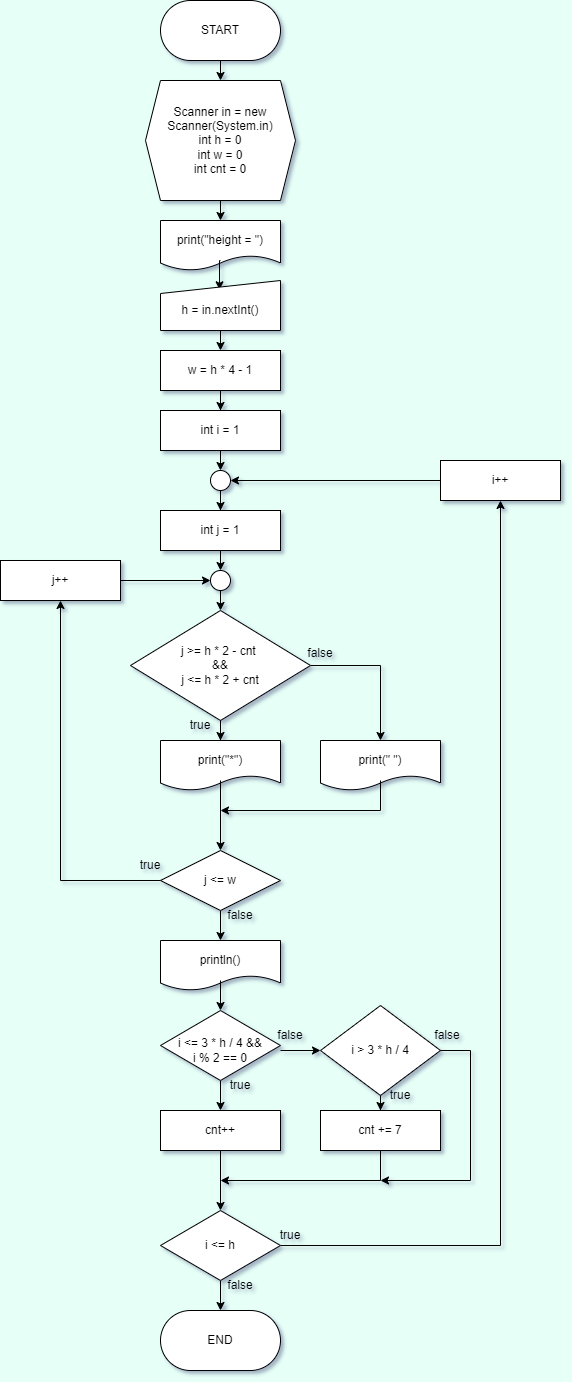
Earlier version of the draw.io export src/FlowChartImage/MakeShape_7.png (RepiDot/Individual). Source tidied: cells renumbered, new cells last; positions are measured from the earlier drawing's top-left corner, leaving out a move shared by most shapes.
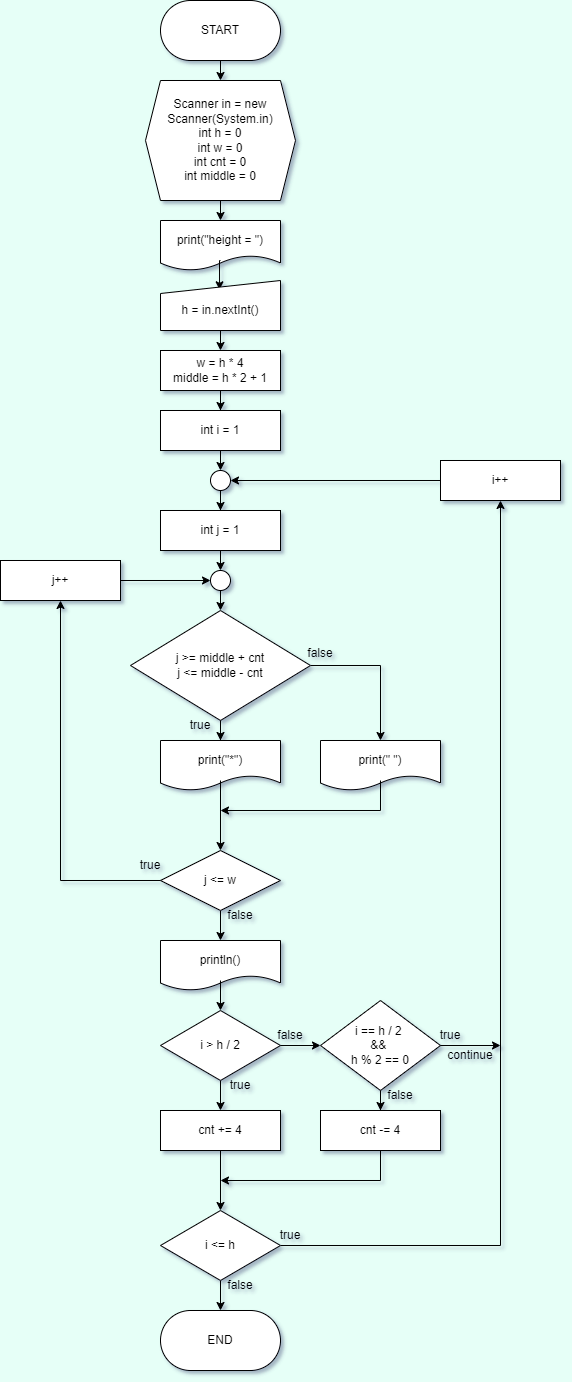
After the change.

Change to the diagram source:
```diff
@@ -14,7 +14,7 @@
     <mxCell id="5" style="edgeStyle=orthogonalEdgeStyle;rounded=0;jettySize=auto;html=1;exitX=0.5;exitY=1;exitDx=0;exitDy=0;entryX=0.5;entryY=0;entryDx=0;entryDy=0;" parent="1" edge="1" source="6" target="7">
       <mxGeometry relative="1" as="geometry" />
     </mxCell>
-    <mxCell id="6" value="Scanner in = new Scanner(System.in)&lt;br&gt;int h = 0&lt;br&gt;int w = 0&lt;br&gt;int cnt = 0" style="shape=hexagon;perimeter=hexagonPerimeter2;whiteSpace=wrap;html=1;fixedSize=1;size=15;" parent="1" vertex="1">
+    <mxCell id="6" value="Scanner in = new Scanner(System.in)&lt;br&gt;int h = 0&lt;br&gt;int w = 0&lt;br&gt;int cnt = 0&lt;br&gt;int middle = 0" style="shape=hexagon;perimeter=hexagonPerimeter2;whiteSpace=wrap;html=1;fixedSize=1;size=15;" parent="1" vertex="1">
       <mxGeometry x="145" y="80" width="150" height="120" as="geometry" />
     </mxCell>
     <mxCell id="7" style="shape=document;whiteSpace=wrap;html=1;boundedLbl=1;" parent="1" vertex="1">
@@ -41,7 +41,7 @@
     <mxCell id="14" style="edgeStyle=orthogonalEdgeStyle;rounded=0;jettySize=auto;html=1;entryX=0.5;entryY=0;entryDx=0;entryDy=0;" parent="1" edge="1" source="15" target="20">
       <mxGeometry relative="1" as="geometry" />
     </mxCell>
-    <mxCell id="15" value="w = h * 4 - 1" style="text;html=1;strokeColor=none;fillColor=none;align=center;verticalAlign=middle;whiteSpace=wrap;rounded=0;" parent="1" vertex="1">
+    <mxCell id="15" value="w = h * 4&lt;br&gt;middle = h * 2 + 1" style="text;html=1;strokeColor=none;fillColor=none;align=center;verticalAlign=middle;whiteSpace=wrap;rounded=0;" parent="1" vertex="1">
       <mxGeometry x="160" y="350" width="120" height="40" as="geometry" />
     </mxCell>
     <mxCell id="16" style="edgeStyle=orthogonalEdgeStyle;rounded=0;jettySize=auto;html=1;" parent="1" edge="1" source="17" target="23">
@@ -83,7 +83,7 @@
     <mxCell id="28" style="rhombus;whiteSpace=wrap;html=1;" parent="1" vertex="1">
       <mxGeometry x="130" y="610" width="180" height="110" as="geometry" />
     </mxCell>
-    <mxCell id="29" value="j &amp;gt;= h * 2 - cnt&amp;nbsp;&lt;br&gt;&amp;amp;&amp;amp;&lt;br&gt;j &amp;lt;= h * 2 + cnt" style="text;html=1;strokeColor=none;fillColor=none;align=center;verticalAlign=middle;whiteSpace=wrap;rounded=0;" parent="1" vertex="1">
+    <mxCell id="29" value="j &amp;gt;= middle + cnt&lt;br&gt;j &amp;lt;= middle - cnt" style="text;html=1;strokeColor=none;fillColor=none;align=center;verticalAlign=middle;whiteSpace=wrap;rounded=0;" parent="1" vertex="1">
       <mxGeometry x="160" y="637.5" width="120" height="55" as="geometry" />
     </mxCell>
     <mxCell id="30" style="shape=document;whiteSpace=wrap;html=1;boundedLbl=1;" parent="1" vertex="1">
@@ -160,8 +160,8 @@
     <mxCell id="52" style="edgeStyle=orthogonalEdgeStyle;rounded=0;jettySize=auto;html=1;" parent="1" edge="1" source="53" target="59">
       <mxGeometry relative="1" as="geometry" />
     </mxCell>
-    <mxCell id="53" value="i &amp;lt;= 3 * h / 4 &amp;amp;&amp;amp;&lt;br&gt;i % 2 == 0" style="text;html=1;strokeColor=none;fillColor=none;align=center;verticalAlign=middle;whiteSpace=wrap;rounded=0;" parent="1" vertex="1">
-      <mxGeometry x="160" y="1030" width="120" height="40" as="geometry" />
+    <mxCell id="53" value="i &amp;gt; h / 2" style="text;html=1;strokeColor=none;fillColor=none;align=center;verticalAlign=middle;whiteSpace=wrap;rounded=0;" parent="1" vertex="1">
+      <mxGeometry x="160" y="1025" width="120" height="40" as="geometry" />
     </mxCell>
     <mxCell id="54" style="whiteSpace=wrap;html=1;" parent="1" vertex="1">
       <mxGeometry x="160" y="1110" width="120" height="40" as="geometry" />
@@ -169,7 +169,7 @@
     <mxCell id="55" style="edgeStyle=orthogonalEdgeStyle;rounded=0;jettySize=auto;html=1;" parent="1" edge="1" source="56" target="65">
       <mxGeometry relative="1" as="geometry" />
     </mxCell>
-    <mxCell id="56" value="cnt++" style="text;html=1;strokeColor=none;fillColor=none;align=center;verticalAlign=middle;whiteSpace=wrap;rounded=0;" parent="1" vertex="1">
+    <mxCell id="56" value="cnt += 4" style="text;html=1;strokeColor=none;fillColor=none;align=center;verticalAlign=middle;whiteSpace=wrap;rounded=0;" parent="1" vertex="1">
       <mxGeometry x="160" y="1110" width="120" height="40" as="geometry" />
     </mxCell>
     <mxCell id="57" value="true" style="text;html=1;strokeColor=none;fillColor=none;align=center;verticalAlign=middle;whiteSpace=wrap;rounded=0;" parent="1" vertex="1">
@@ -179,23 +179,22 @@
       <mxGeometry relative="1" as="geometry" />
     </mxCell>
     <mxCell id="59" style="rhombus;whiteSpace=wrap;html=1;" parent="1" vertex="1">
-      <mxGeometry x="320" y="1005" width="120" height="90" as="geometry" />
+      <mxGeometry x="320" y="1000" width="120" height="90" as="geometry" />
     </mxCell>
-    <mxCell id="60" style="edgeStyle=orthogonalEdgeStyle;rounded=0;jettySize=auto;html=1;" parent="1" edge="1" source="61">
-      <mxGeometry relative="1" as="geometry">
-        <mxPoint x="380" y="1180" as="targetPoint" />
-        <Array as="points">
-          <mxPoint x="470" y="1050" />
-          <mxPoint x="470" y="1180" />
-        </Array>
-      </mxGeometry>
-    </mxCell>
+    <mxCell id="79" style="edgeStyle=orthogonalEdgeStyle;rounded=0;jettySize=auto;html=1;exitX=1;exitY=0.5;exitDx=0;exitDy=0;" parent="1" edge="1" source="61">
+      <mxGeometry relative="1" as="geometry">
+        <mxPoint x="500" y="1045" as="targetPoint" />
+      </mxGeometry>
+    </mxCell>
-    <mxCell id="61" value="i &amp;gt; 3 * h / 4" style="text;html=1;strokeColor=none;fillColor=none;align=center;verticalAlign=middle;whiteSpace=wrap;rounded=0;" parent="1" vertex="1">
-      <mxGeometry x="320" y="1030" width="120" height="40" as="geometry" />
+    <mxCell id="61" value="i == h / 2 &lt;br&gt;&amp;amp;&amp;amp; &lt;br&gt;h % 2 == 0" style="text;html=1;strokeColor=none;fillColor=none;align=center;verticalAlign=middle;whiteSpace=wrap;rounded=0;" parent="1" vertex="1">
+      <mxGeometry x="320" y="1025" width="120" height="40" as="geometry" />
     </mxCell>
     <mxCell id="62" value="true" style="text;html=1;strokeColor=none;fillColor=none;align=center;verticalAlign=middle;whiteSpace=wrap;rounded=0;" parent="1" vertex="1">
-      <mxGeometry x="370" y="1080" width="60" height="30" as="geometry" />
+      <mxGeometry x="420" y="1020" width="60" height="30" as="geometry" />
     </mxCell>
+    <mxCell id="78" value="false" style="text;html=1;strokeColor=none;fillColor=none;align=center;verticalAlign=middle;whiteSpace=wrap;rounded=0;" parent="1" vertex="1">
+      <mxGeometry x="370" y="1080" width="60" height="30" as="geometry" />
+    </mxCell>
     <mxCell id="63" style="edgeStyle=orthogonalEdgeStyle;rounded=0;jettySize=auto;html=1;entryX=0.5;entryY=1;entryDx=0;entryDy=0;" parent="1" edge="1" source="65" target="69">
       <mxGeometry relative="1" as="geometry" />
     </mxCell>
@@ -217,6 +216,9 @@
     <mxCell id="69" value="i++" style="text;html=1;strokeColor=none;fillColor=none;align=center;verticalAlign=middle;whiteSpace=wrap;rounded=0;" parent="1" vertex="1">
       <mxGeometry x="440" y="460" width="120" height="40" as="geometry" />
     </mxCell>
+    <mxCell id="80" value="continue" style="text;html=1;strokeColor=none;fillColor=none;align=center;verticalAlign=middle;whiteSpace=wrap;rounded=0;" parent="1" vertex="1">
+      <mxGeometry x="440" y="1040" width="60" height="30" as="geometry" />
+    </mxCell>
     <mxCell id="70" style="whiteSpace=wrap;html=1;" parent="1" vertex="1">
       <mxGeometry x="320" y="1110" width="120" height="40" as="geometry" />
     </mxCell>
@@ -232,7 +234,7 @@
         </Array>
       </mxGeometry>
     </mxCell>
-    <mxCell id="73" value="cnt += 7" style="text;html=1;align=center;verticalAlign=middle;whiteSpace=wrap;rounded=0;" parent="1" vertex="1">
+    <mxCell id="73" value="cnt -= 4" style="text;html=1;strokeColor=none;fillColor=none;align=center;verticalAlign=middle;whiteSpace=wrap;rounded=0;" parent="1" vertex="1">
       <mxGeometry x="320" y="1110" width="120" height="40" as="geometry" />
     </mxCell>
     <mxCell id="74" value="true" style="text;html=1;strokeColor=none;fillColor=none;align=center;verticalAlign=middle;whiteSpace=wrap;rounded=0;" parent="1" vertex="1">
@@ -247,8 +249,5 @@
     <mxCell id="77" value="END" style="text;html=1;strokeColor=none;fillColor=none;align=center;verticalAlign=middle;whiteSpace=wrap;rounded=0;" parent="1" vertex="1">
       <mxGeometry x="160" y="1310" width="120" height="60" as="geometry" />
     </mxCell>
-    <mxCell id="78" value="false" style="text;html=1;strokeColor=none;fillColor=none;align=center;verticalAlign=middle;whiteSpace=wrap;rounded=0;" parent="1" vertex="1">
-      <mxGeometry x="417" y="1020" width="60" height="30" as="geometry" />
-    </mxCell>
   </root>
 </mxGraphModel>
```
